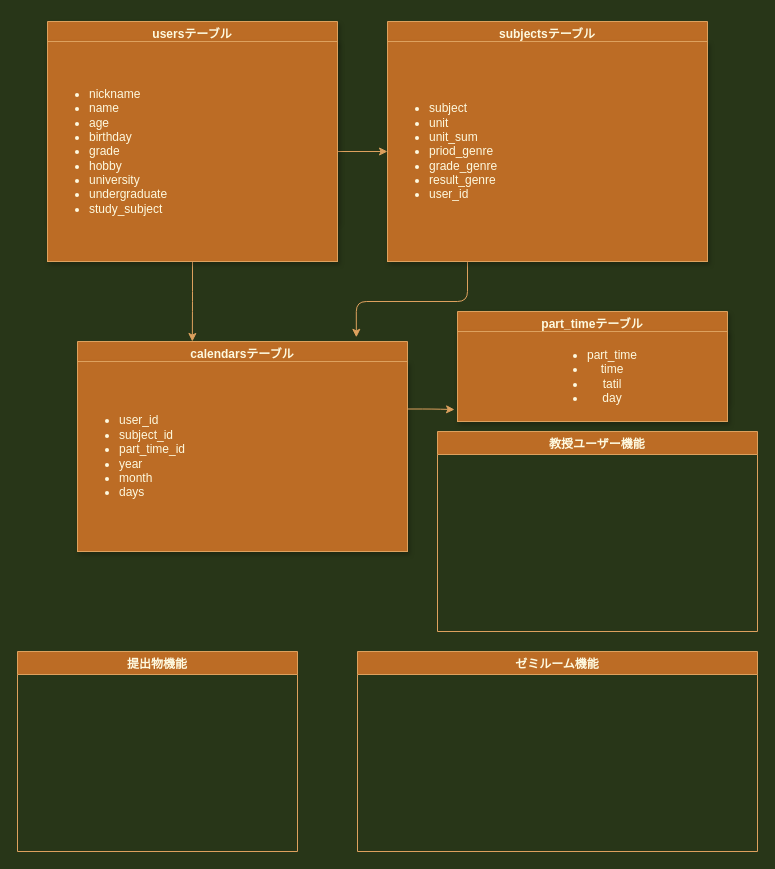
Before: daigaku.dio in okadahideya/daigaku, a draw.io diagram. Source tidied: cells renumbered, new cells numbered last; positions are measured from the earlier drawing's top-left corner, leaving out a move shared by most shapes. Both pictures are drawn from the tidied source at 100%, with x=0, y=0 at pixel (17, 21).
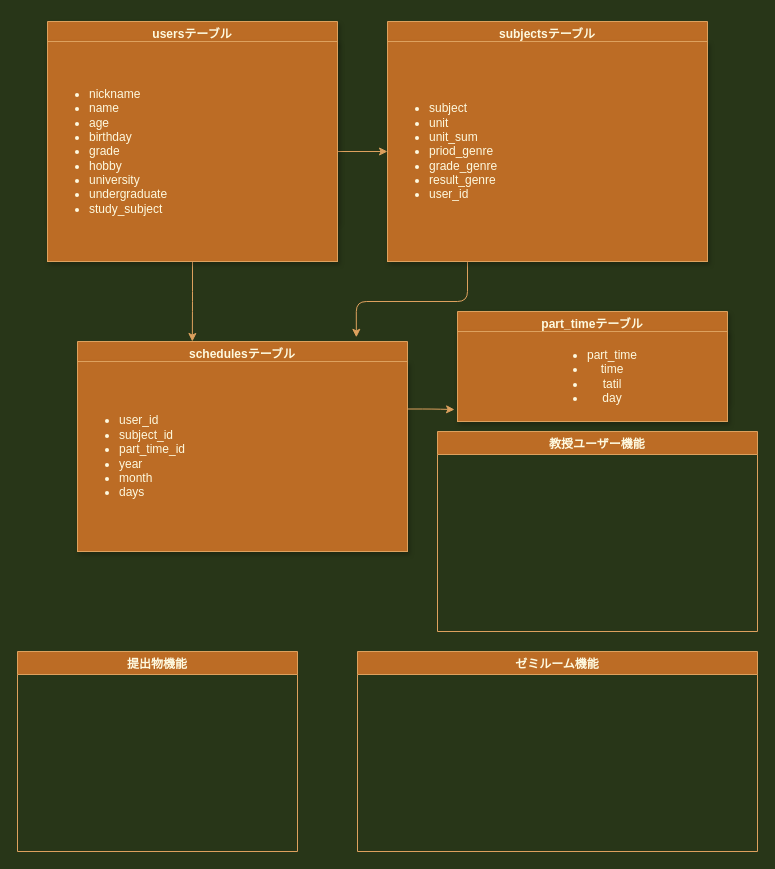
After the change.

Diff of the diagram source:
```diff
@@
 <mxGraphModel background="#283618">
   <root>
     <mxCell id="0" />
     <mxCell id="1" parent="0" />
     <mxCell id="2" value="usersテーブル" style="swimlane;fillColor=#BC6C25;strokeColor=#DDA15E;fontColor=#FEFAE0;shadow=1;" parent="1" vertex="1">
       <mxGeometry x="30" width="290" height="200" as="geometry" />
     </mxCell>
     <mxCell id="3" value="subjectsテーブル" style="swimlane;startSize=23;fillColor=#BC6C25;strokeColor=#DDA15E;fontColor=#FEFAE0;" parent="1" vertex="1">
       <mxGeometry x="370" width="320" height="240" as="geometry" />
     </mxCell>
-    <mxCell id="4" value="calendarsテーブル" style="swimlane;fillColor=#BC6C25;strokeColor=#DDA15E;fontColor=#FEFAE0;" parent="1" vertex="1">
+    <mxCell id="4" value="schedulesテーブル" style="swimlane;fillColor=#BC6C25;strokeColor=#DDA15E;fontColor=#FEFAE0;" parent="1" vertex="1">
       <mxGeometry x="60" y="320" width="330" height="210" as="geometry" />
     </mxCell>
     <mxCell id="5" value="&lt;ul&gt;&lt;li&gt;user_id&lt;/li&gt;&lt;li&gt;subject_id&lt;/li&gt;&lt;li&gt;part_time_id&lt;/li&gt;&lt;li&gt;year&lt;/li&gt;&lt;li&gt;month&lt;/li&gt;&lt;li&gt;days&lt;/li&gt;&lt;/ul&gt;" style="whiteSpace=wrap;html=1;rounded=0;shadow=1;sketch=0;strokeColor=#DDA15E;fillColor=#BC6C25;fontColor=#FEFAE0;align=left;" parent="4" vertex="1">
       <mxGeometry y="20" width="330" height="190" as="geometry" />
     </mxCell>
     <mxCell id="6" value="教授ユーザー機能" style="swimlane;fillColor=#BC6C25;strokeColor=#DDA15E;fontColor=#FEFAE0;" parent="1" vertex="1">
       <mxGeometry x="420" y="410" width="320" height="200" as="geometry" />
     </mxCell>
     <mxCell id="7" value="提出物機能" style="swimlane;fillColor=#BC6C25;strokeColor=#DDA15E;fontColor=#FEFAE0;" parent="1" vertex="1">
       <mxGeometry y="630" width="280" height="200" as="geometry" />
     </mxCell>
     <mxCell id="8" value="ゼミルーム機能" style="swimlane;fillColor=#BC6C25;strokeColor=#DDA15E;fontColor=#FEFAE0;" parent="1" vertex="1">
       <mxGeometry x="340" y="630" width="400" height="200" as="geometry" />
     </mxCell>
     <mxCell id="9" style="edgeStyle=orthogonalEdgeStyle;curved=0;rounded=1;sketch=0;jettySize=auto;html=1;exitX=0.5;exitY=1;exitDx=0;exitDy=0;entryX=0.348;entryY=0;entryDx=0;entryDy=0;entryPerimeter=0;strokeColor=#DDA15E;fillColor=#BC6C25;fontColor=#FEFAE0;" parent="1" edge="1" source="11" target="4">
       <mxGeometry relative="1" as="geometry" />
     </mxCell>
     <mxCell id="10" style="edgeStyle=orthogonalEdgeStyle;curved=0;rounded=1;sketch=0;jettySize=auto;html=1;exitX=1;exitY=0.5;exitDx=0;exitDy=0;strokeColor=#DDA15E;fillColor=#BC6C25;fontColor=#FEFAE0;entryX=0;entryY=0.5;entryDx=0;entryDy=0;" parent="1" edge="1" source="11" target="13">
       <mxGeometry relative="1" as="geometry" />
     </mxCell>
     <mxCell id="11" value="&lt;ul&gt;&lt;li&gt;nickname&lt;/li&gt;&lt;li&gt;name&lt;/li&gt;&lt;li&gt;&lt;span&gt;age&lt;/span&gt;&lt;br&gt;&lt;/li&gt;&lt;li&gt;birthday&lt;/li&gt;&lt;li&gt;grade&lt;/li&gt;&lt;li&gt;hobby&lt;/li&gt;&lt;li&gt;university&lt;/li&gt;&lt;li&gt;undergraduate&lt;/li&gt;&lt;li&gt;study_subject&lt;/li&gt;&lt;/ul&gt;" style="whiteSpace=wrap;html=1;rounded=0;shadow=1;sketch=0;strokeColor=#DDA15E;fillColor=#BC6C25;fontColor=#FEFAE0;align=left;" parent="1" vertex="1">
       <mxGeometry x="30" y="20" width="290" height="220" as="geometry" />
     </mxCell>
     <mxCell id="12" style="edgeStyle=orthogonalEdgeStyle;curved=0;rounded=1;sketch=0;jettySize=auto;html=1;exitX=0.25;exitY=1;exitDx=0;exitDy=0;entryX=0.845;entryY=-0.02;entryDx=0;entryDy=0;entryPerimeter=0;strokeColor=#DDA15E;fillColor=#BC6C25;fontColor=#FEFAE0;" parent="1" edge="1" source="13" target="4">
       <mxGeometry relative="1" as="geometry" />
     </mxCell>
     <mxCell id="13" value="&lt;ul&gt;&lt;li&gt;subject&lt;/li&gt;&lt;li&gt;unit&lt;/li&gt;&lt;li&gt;unit_sum&lt;/li&gt;&lt;li&gt;priod_genre&lt;/li&gt;&lt;li&gt;grade_genre&lt;/li&gt;&lt;li&gt;result_genre&lt;/li&gt;&lt;li&gt;user_id&lt;/li&gt;&lt;/ul&gt;" style="whiteSpace=wrap;html=1;rounded=0;shadow=1;sketch=0;strokeColor=#DDA15E;fillColor=#BC6C25;fontColor=#FEFAE0;align=left;" parent="1" vertex="1">
       <mxGeometry x="370" y="20" width="320" height="220" as="geometry" />
     </mxCell>
     <mxCell id="14" value="part_timeテーブル" style="swimlane;rounded=0;shadow=1;sketch=0;strokeColor=#DDA15E;fillColor=#BC6C25;fontColor=#FEFAE0;" parent="1" vertex="1">
       <mxGeometry x="440" y="290" width="270" height="90" as="geometry" />
     </mxCell>
     <mxCell id="15" value="&lt;ul&gt;&lt;li&gt;part_time&lt;/li&gt;&lt;li&gt;time&lt;/li&gt;&lt;li&gt;tatil&lt;/li&gt;&lt;li&gt;day&lt;/li&gt;&lt;/ul&gt;" style="whiteSpace=wrap;html=1;rounded=0;shadow=1;sketch=0;strokeColor=#DDA15E;fillColor=#BC6C25;fontColor=#FEFAE0;" parent="1" vertex="1">
       <mxGeometry x="440" y="310" width="270" height="90" as="geometry" />
     </mxCell>
     <mxCell id="16" style="edgeStyle=orthogonalEdgeStyle;curved=0;rounded=1;sketch=0;jettySize=auto;html=1;exitX=1;exitY=0.25;exitDx=0;exitDy=0;entryX=-0.011;entryY=0.867;entryDx=0;entryDy=0;entryPerimeter=0;strokeColor=#DDA15E;fillColor=#BC6C25;fontColor=#FEFAE0;" parent="1" edge="1" source="5" target="15">
       <mxGeometry relative="1" as="geometry" />
     </mxCell>
   </root>
 </mxGraphModel>
```
